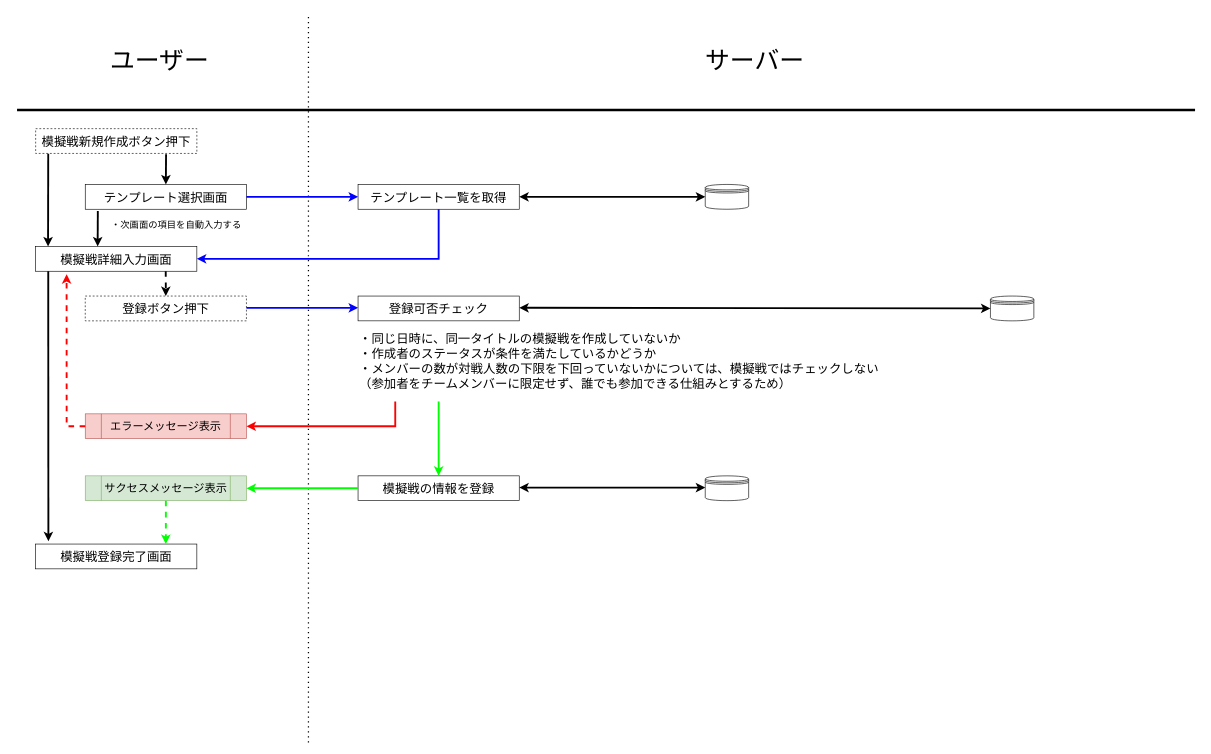
The draw.io diagram ドメイン/模擬戦/模擬戦の作成.drawio in SatoShun0302/valkyrie-system-document, before the edit. Source tidied: cells renumbered, new cells numbered last; positions are measured from the earlier drawing's top-left corner, leaving out a move shared by most shapes. Both pictures are drawn from the tidied source at 62%, with x=0, y=0 at pixel (11, 11).
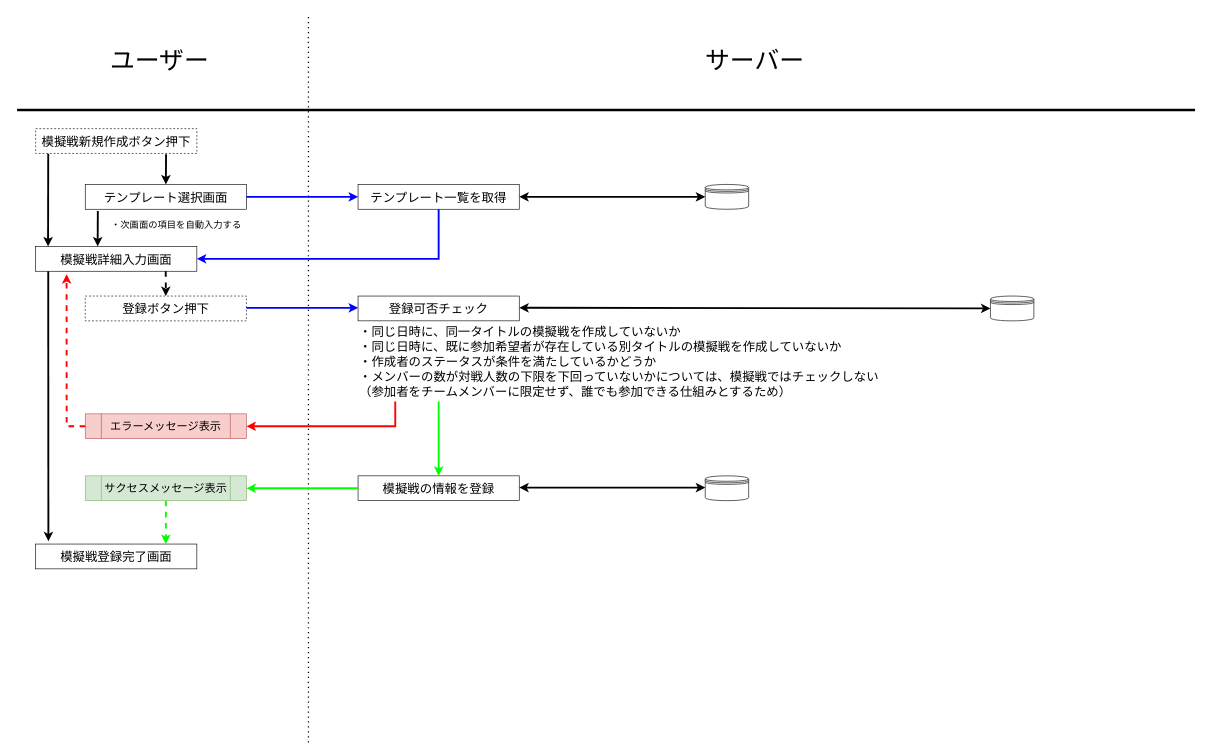
After the change.

Commit message:
Update 模擬戦の作成.drawio

Change to the diagram source:
```diff
@@
-    <mxCell id="21" value="・同じ日時に、同一タイトルの模擬戦を作成していないか&lt;br&gt;・作成者のステータスが条件を満たしているかどうか&lt;br&gt;・メンバーの数が対戦人数の下限を下回っていないかについては、模擬戦ではチェックしない&lt;br&gt;（参加者をチームメンバーに限定せず、誰でも参加できる仕組みとするため）" style="text;html=1;strokeColor=none;fillColor=none;align=left;verticalAlign=middle;whiteSpace=wrap;rounded=0;fontSize=20;" parent="1" vertex="1">
+    <mxCell id="21" value="・同じ日時に、同一タイトルの模擬戦を作成していないか&lt;br&gt;・同じ日時に、既に参加希望者が存在している別タイトルの模擬戦を作成していないか&lt;br&gt;・作成者のステータスが条件を満たしているかどうか&lt;br&gt;・メンバーの数が対戦人数の下限を下回っていないかについては、模擬戦ではチェックしない&lt;br&gt;（参加者をチームメンバーに限定せず、誰でも参加できる仕組みとするため）" style="text;html=1;strokeColor=none;fillColor=none;align=left;verticalAlign=middle;whiteSpace=wrap;rounded=0;fontSize=20;" parent="1" vertex="1">
       <mxGeometry x="560" y="550" width="1010" height="30" as="geometry" />
     </mxCell>
```
